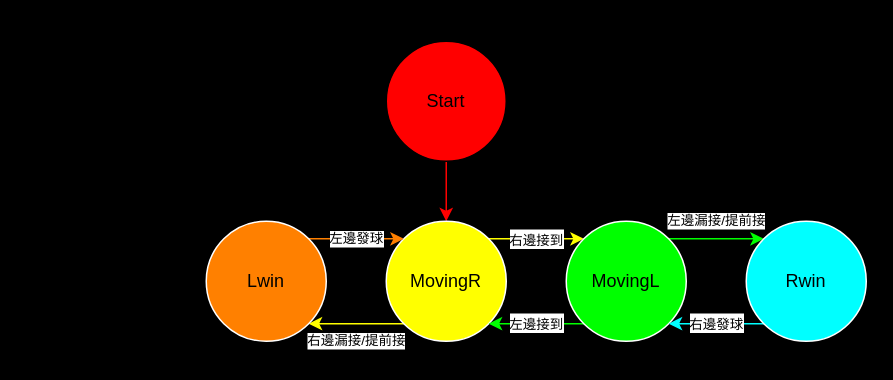
The draw.io diagram 5/AOV.drawio in gordonpow/lab_hardware_test, before the edit. Source tidied: cells renumbered, new cells numbered last; positions are measured from the earlier drawing's top-left corner, leaving out a move shared by most shapes. Both pictures are drawn from the tidied source at 150%, with x=0, y=0 at pixel (206, 40).
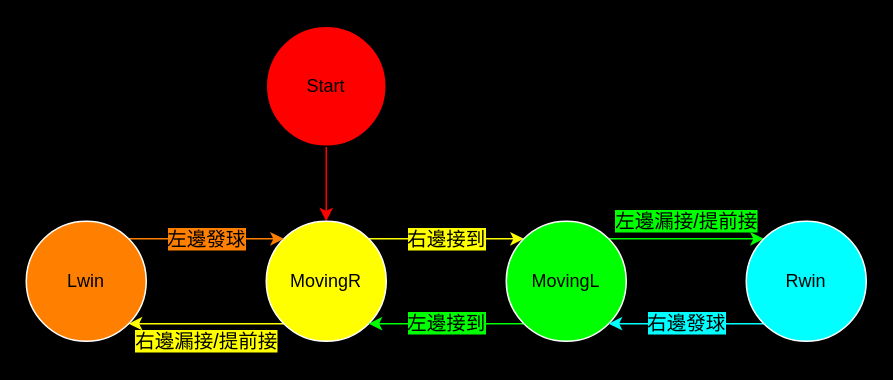
After the change.

The edit, as a diff of the source:
```diff
@@
 <mxGraphModel background="#000000">
   <root>
     <mxCell id="0" />
     <mxCell id="1" parent="0" />
-    <mxCell id="2" style="edgeStyle=none;html=1;exitX=0.5;exitY=1;exitDx=0;exitDy=0;entryX=0.5;entryY=0;entryDx=0;entryDy=0;strokeColor=#FF0000;" parent="1" edge="1" source="3" target="6">
+    <mxCell id="2" style="edgeStyle=none;html=1;exitX=0.5;exitY=1;exitDx=0;exitDy=0;entryX=0.5;entryY=0;entryDx=0;entryDy=0;strokeColor=#FF0000;fontSize=13;fontColor=#000000;" parent="1" edge="1" source="3" target="6">
       <mxGeometry relative="1" as="geometry" />
     </mxCell>
     <mxCell id="3" value="Start" style="ellipse;whiteSpace=wrap;html=1;fillColor=#FF0000;fontColor=#000000;" parent="1" vertex="1">
-      <mxGeometry x="120" width="80" height="80" as="geometry" />
+      <mxGeometry x="40" y="-10" width="80" height="80" as="geometry" />
     </mxCell>
-    <mxCell id="4" value="&lt;font style=&quot;font-size: 9px;&quot;&gt;右邊接到&lt;/font&gt;" style="edgeStyle=none;html=1;exitX=1;exitY=0;exitDx=0;exitDy=0;entryX=0;entryY=0;entryDx=0;entryDy=0;strokeColor=#FFFF00;" parent="1" edge="1" source="6" target="9">
+    <mxCell id="4" value="&lt;font style=&quot;font-size: 13px;&quot;&gt;右邊接到&lt;/font&gt;" style="edgeStyle=none;html=1;exitX=1;exitY=0;exitDx=0;exitDy=0;entryX=0;entryY=0;entryDx=0;entryDy=0;strokeColor=#FFFF00;fontSize=13;fontColor=#000000;labelBackgroundColor=#FFFF00;" parent="1" edge="1" source="6" target="9">
       <mxGeometry relative="1" as="geometry" />
     </mxCell>
-    <mxCell id="5" value="右邊漏接/提前接" style="edgeStyle=none;html=1;exitX=0;exitY=1;exitDx=0;exitDy=0;entryX=1;entryY=1;entryDx=0;entryDy=0;strokeColor=#FFFF00;fontSize=9;" parent="1" edge="1" source="6" target="13">
+    <mxCell id="5" value="右邊漏接/提前接" style="edgeStyle=none;html=1;exitX=0;exitY=1;exitDx=0;exitDy=0;entryX=1;entryY=1;entryDx=0;entryDy=0;strokeColor=#FFFF00;fontSize=13;fontColor=#000000;labelBackgroundColor=#FFFF00;" parent="1" edge="1" source="6" target="13">
       <mxGeometry y="12" relative="1" as="geometry" />
     </mxCell>
     <mxCell id="6" value="MovingR" style="ellipse;whiteSpace=wrap;html=1;fontColor=#000000;strokeColor=#FFFFFF;fillColor=#FFFF00;" parent="1" vertex="1">
-      <mxGeometry x="120" y="120" width="80" height="80" as="geometry" />
+      <mxGeometry x="40" y="120" width="80" height="80" as="geometry" />
     </mxCell>
-    <mxCell id="7" value="左邊漏接/提前接" style="edgeStyle=none;html=1;exitX=1;exitY=0;exitDx=0;exitDy=0;entryX=0;entryY=0;entryDx=0;entryDy=0;strokeColor=#00FF00;fontSize=9;" parent="1" edge="1" source="9" target="11">
+    <mxCell id="7" value="左邊漏接/提前接" style="edgeStyle=none;html=1;exitX=1;exitY=0;exitDx=0;exitDy=0;entryX=0;entryY=0;entryDx=0;entryDy=0;strokeColor=#00FF00;fontSize=13;fontColor=#000000;labelBackgroundColor=#00FF00;" parent="1" edge="1" source="9" target="11">
       <mxGeometry y="12" relative="1" as="geometry" />
     </mxCell>
-    <mxCell id="8" value="&lt;font style=&quot;font-size: 9px;&quot;&gt;左邊接到&lt;/font&gt;" style="edgeStyle=none;html=1;exitX=0;exitY=1;exitDx=0;exitDy=0;entryX=1;entryY=1;entryDx=0;entryDy=0;strokeColor=#00FF00;" parent="1" edge="1" source="9" target="6">
+    <mxCell id="8" value="&lt;font style=&quot;font-size: 13px;&quot;&gt;左邊接到&lt;/font&gt;" style="edgeStyle=none;html=1;exitX=0;exitY=1;exitDx=0;exitDy=0;entryX=1;entryY=1;entryDx=0;entryDy=0;strokeColor=#00FF00;fontSize=13;fontColor=#000000;labelBackgroundColor=#00FF00;" parent="1" edge="1" source="9" target="6">
       <mxGeometry relative="1" as="geometry" />
     </mxCell>
     <mxCell id="9" value="MovingL&lt;div&gt;&lt;/div&gt;" style="ellipse;whiteSpace=wrap;html=1;fontColor=#000000;strokeColor=#FFFFFF;fillColor=#00FF00;" parent="1" vertex="1">
-      <mxGeometry x="240" y="120" width="80" height="80" as="geometry" />
+      <mxGeometry x="200" y="120" width="80" height="80" as="geometry" />
     </mxCell>
-    <mxCell id="10" value="&lt;font style=&quot;font-size: 9px;&quot;&gt;右邊發球&lt;/font&gt;" style="edgeStyle=none;html=1;exitX=0;exitY=1;exitDx=0;exitDy=0;entryX=1;entryY=1;entryDx=0;entryDy=0;strokeColor=#00FFFF;" parent="1" edge="1" source="11" target="9">
+    <mxCell id="10" value="&lt;font style=&quot;font-size: 13px;&quot;&gt;右邊發球&lt;/font&gt;" style="edgeStyle=none;html=1;exitX=0;exitY=1;exitDx=0;exitDy=0;entryX=1;entryY=1;entryDx=0;entryDy=0;strokeColor=#00FFFF;fontSize=13;fontColor=#000000;labelBackgroundColor=#00FFFF;" parent="1" edge="1" source="11" target="9">
       <mxGeometry relative="1" as="geometry" />
     </mxCell>
     <mxCell id="11" value="Rwin" style="ellipse;whiteSpace=wrap;html=1;fontColor=#000000;strokeColor=#FFFFFF;fillColor=#00FFFF;" parent="1" vertex="1">
       <mxGeometry x="360" y="120" width="80" height="80" as="geometry" />
     </mxCell>
-    <mxCell id="12" value="左邊發球" style="edgeStyle=none;html=1;exitX=1;exitY=0;exitDx=0;exitDy=0;entryX=0;entryY=0;entryDx=0;entryDy=0;strokeColor=#FF8000;fontSize=9;" parent="1" edge="1" source="13" target="6">
+    <mxCell id="12" value="左邊發球" style="edgeStyle=none;html=1;exitX=1;exitY=0;exitDx=0;exitDy=0;entryX=0;entryY=0;entryDx=0;entryDy=0;strokeColor=#FF8000;fontSize=13;labelBackgroundColor=#FF8000;fontColor=#000000;" parent="1" edge="1" source="13" target="6">
       <mxGeometry relative="1" as="geometry" />
     </mxCell>
     <mxCell id="13" value="Lwin" style="ellipse;whiteSpace=wrap;html=1;fontColor=#000000;strokeColor=#FFFFFF;fillColor=#FF8000;" parent="1" vertex="1">
-      <mxGeometry y="120" width="80" height="80" as="geometry" />
+      <mxGeometry x="-120" y="120" width="80" height="80" as="geometry" />
     </mxCell>
   </root>
 </mxGraphModel>
```
